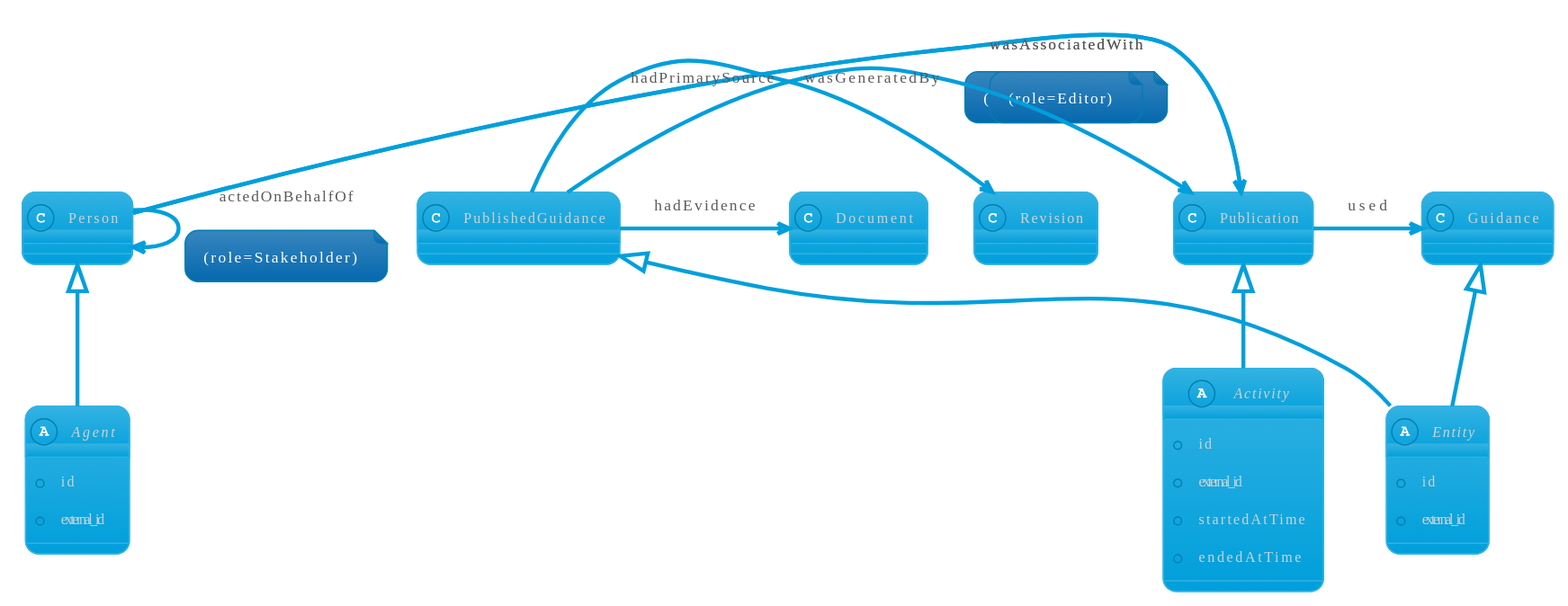
This is docs/diagrams/out/publication_as_prov.svg from chronicleworks/chronicle, a PlantUML export, as it was before one commit.
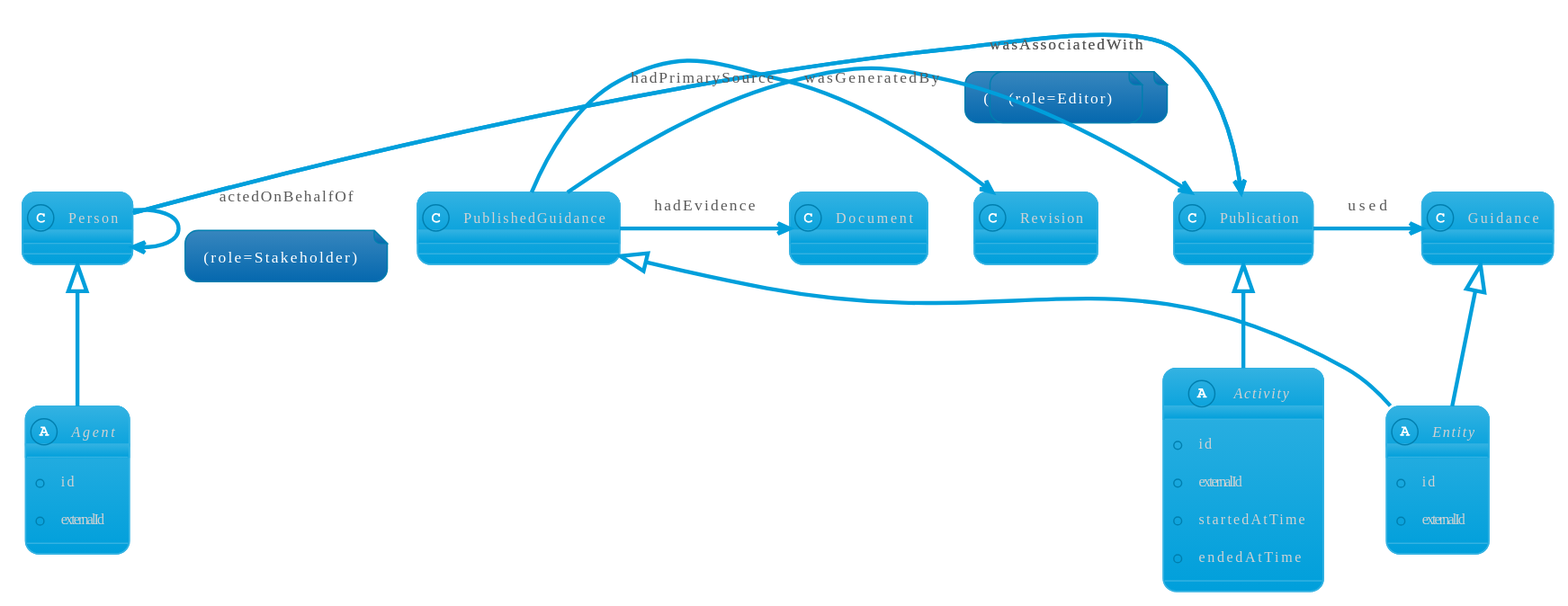
After the commit.

Change to the diagram source:
```diff
@@ -4,19 +4,19 @@
 
 abstract Agent {
 + id
-+ external_id
++ externalId
 }
 
 abstract Activity {
 + id
-+ external_id
++ externalId
 + startedAtTime
 + endedAtTime
 }
 
 abstract Entity {
 + id
-+ external_id
++ externalId
 }
 
 
```
